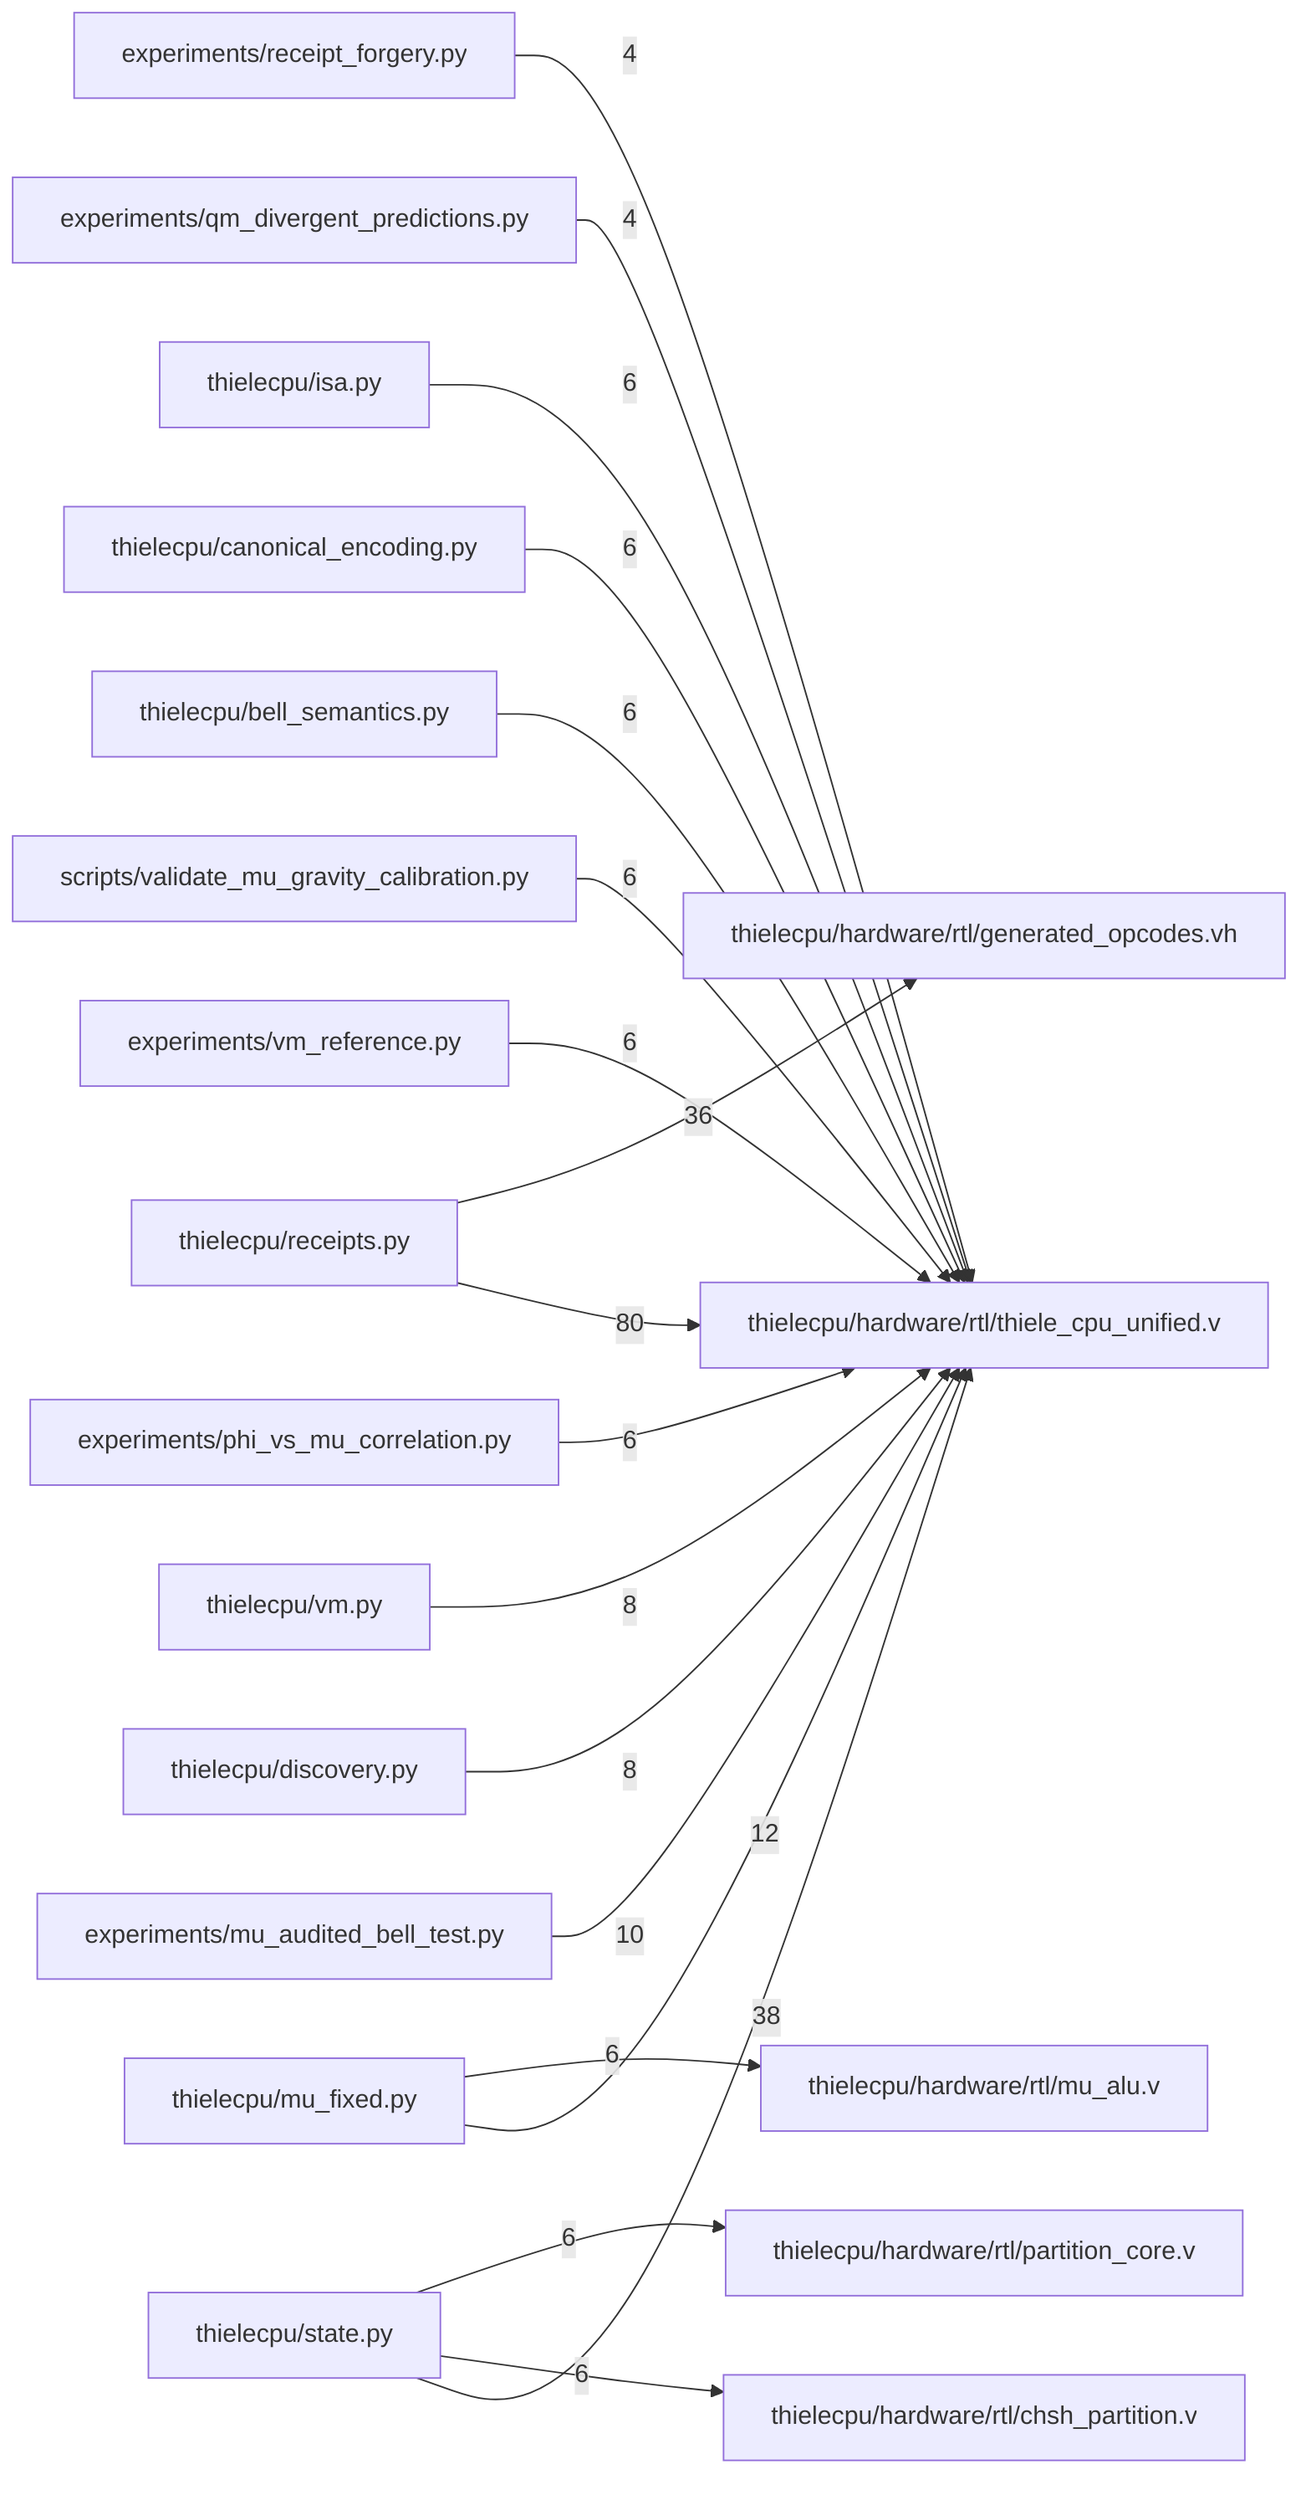
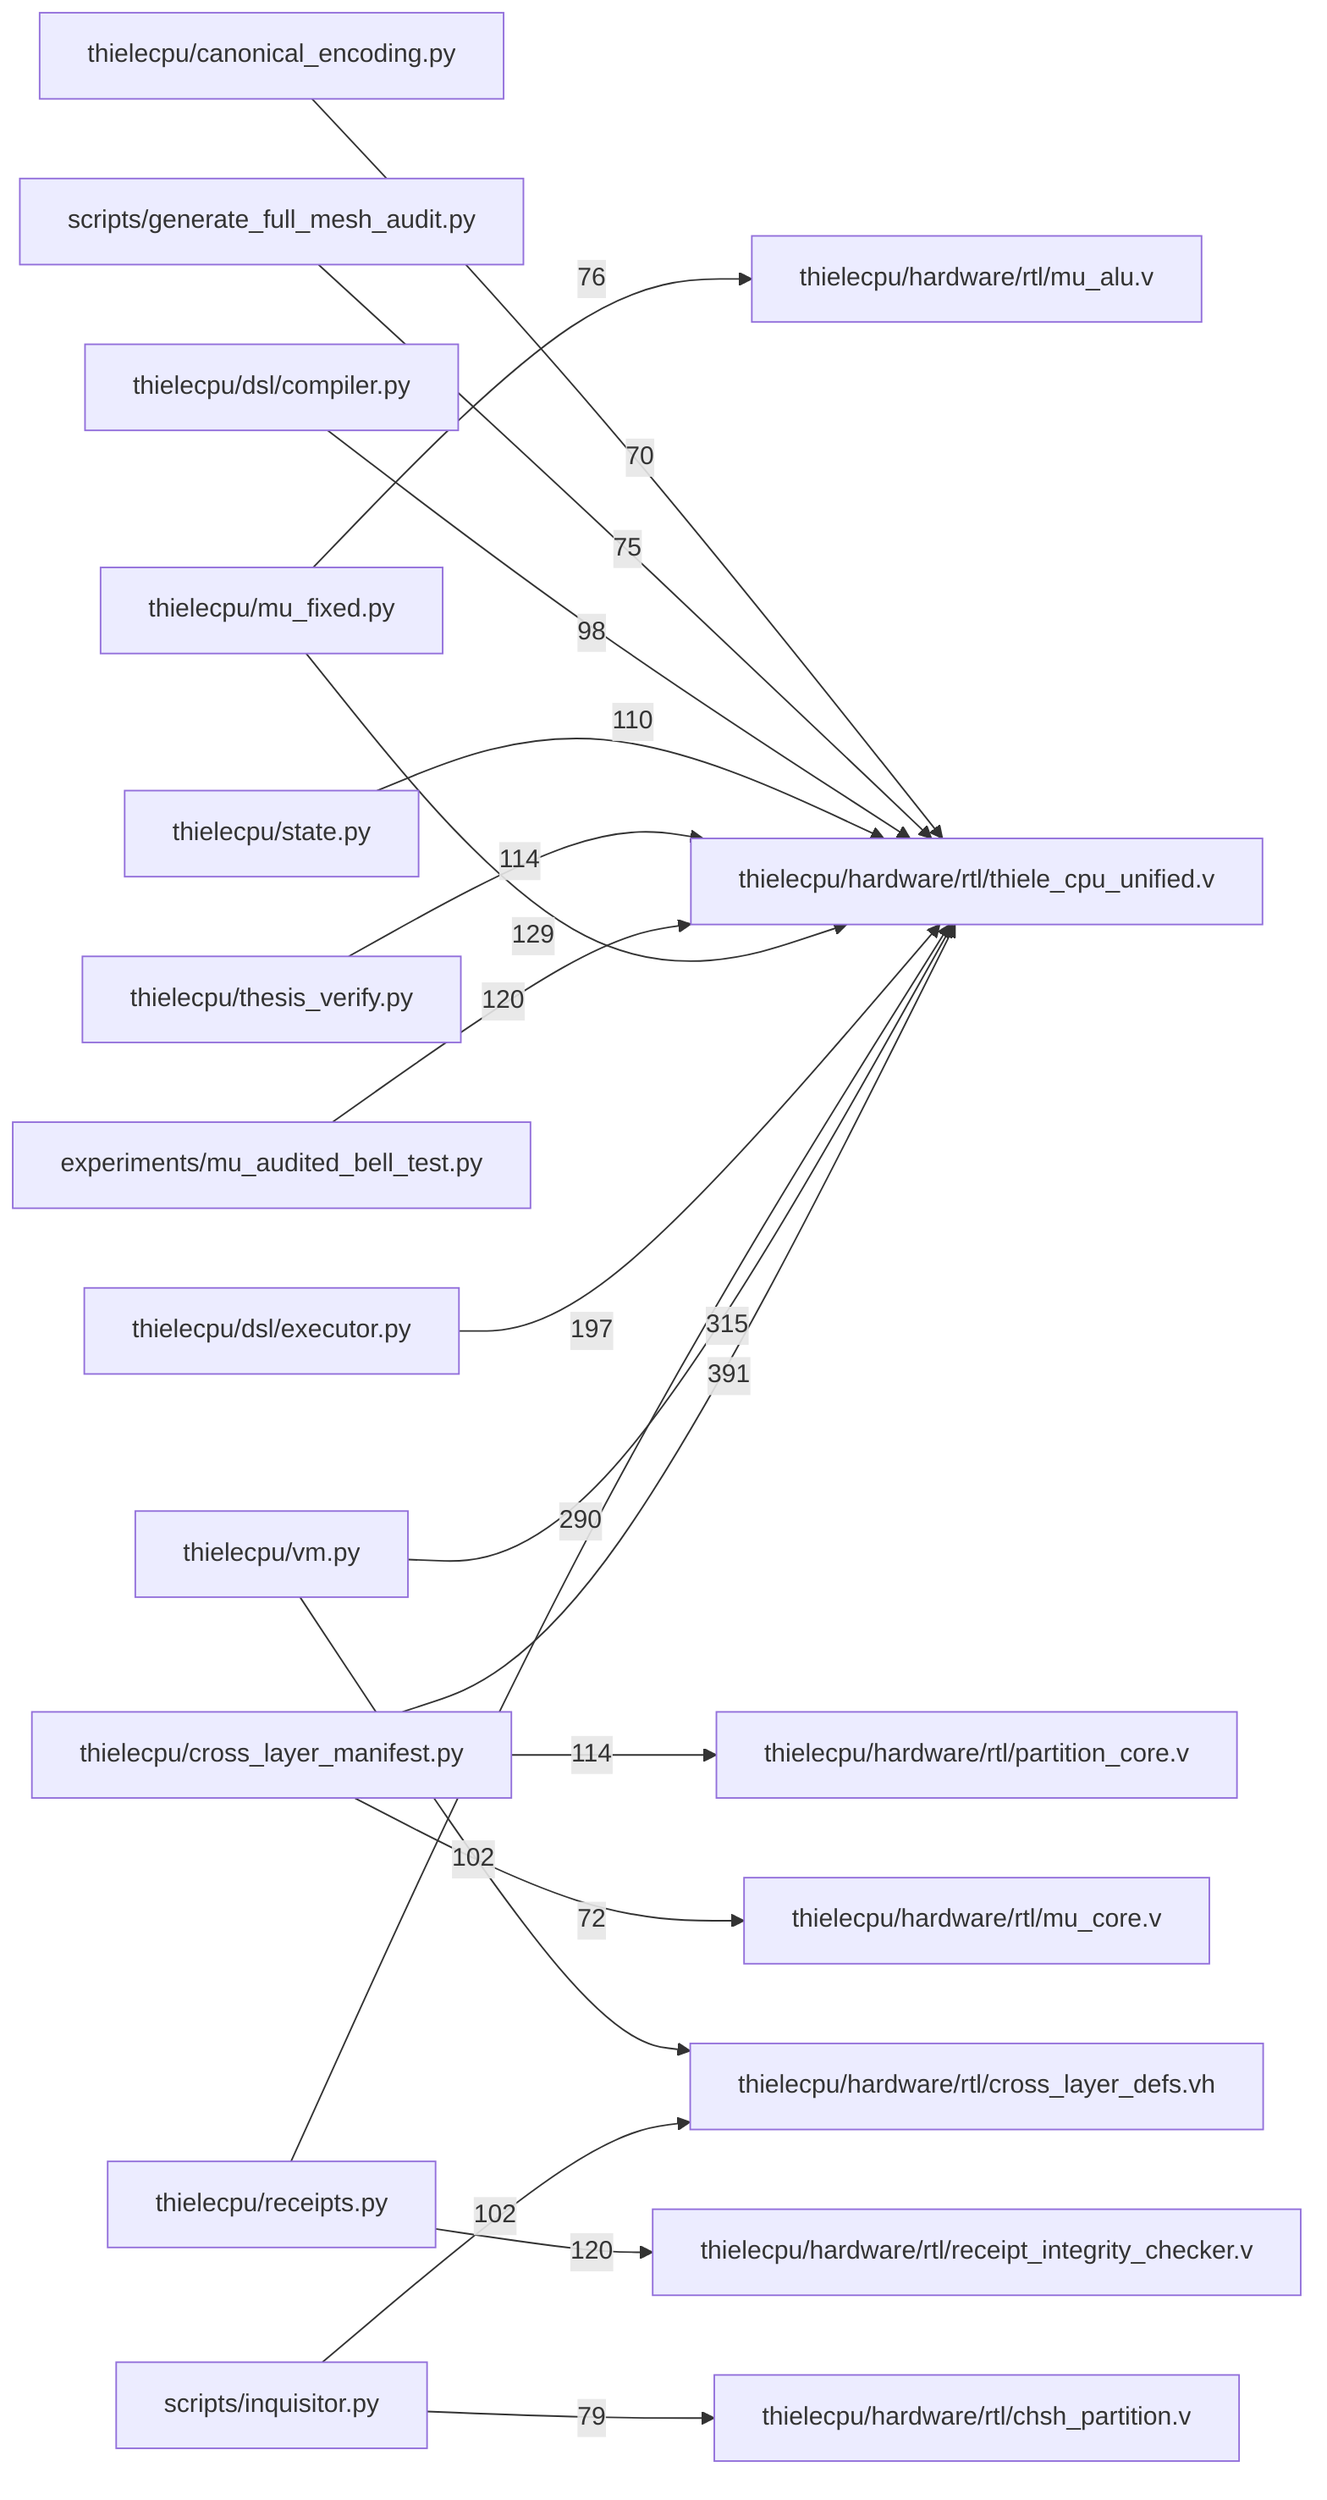
flowchart LR
-   X1["thielecpu/receipts.py"]
+   X1["thielecpu/cross_layer_manifest.py"]
  X2["thielecpu/hardware/rtl/thiele_cpu_unified.v"]
-   X1 -->|80| X2
-   X3["thielecpu/state.py"]
+   X1 -->|391| X2
+   X3["thielecpu/vm.py"]
  X2["thielecpu/hardware/rtl/thiele_cpu_unified.v"]
-   X3 -->|38| X2
-   X1["thielecpu/receipts.py"]
-   X4["thielecpu/hardware/rtl/generated_opcodes.vh"]
-   X1 -->|36| X4
-   X5["thielecpu/mu_fixed.py"]
+   X3 -->|315| X2
+   X4["thielecpu/receipts.py"]
  X2["thielecpu/hardware/rtl/thiele_cpu_unified.v"]
-   X5 -->|12| X2
-   X6["experiments/mu_audited_bell_test.py"]
+   X4 -->|290| X2
+   X5["thielecpu/dsl/executor.py"]
  X2["thielecpu/hardware/rtl/thiele_cpu_unified.v"]
-   X6 -->|10| X2
-   X7["thielecpu/discovery.py"]
+   X5 -->|197| X2
+   X6["thielecpu/mu_fixed.py"]
  X2["thielecpu/hardware/rtl/thiele_cpu_unified.v"]
-   X7 -->|8| X2
-   X8["thielecpu/vm.py"]
+   X6 -->|129| X2
+   X7["experiments/mu_audited_bell_test.py"]
  X2["thielecpu/hardware/rtl/thiele_cpu_unified.v"]
-   X8 -->|8| X2
-   X9["experiments/phi_vs_mu_correlation.py"]
+   X7 -->|120| X2
+   X4["thielecpu/receipts.py"]
+   X8["thielecpu/hardware/rtl/receipt_integrity_checker.v"]
+   X4 -->|120| X8
+   X1["thielecpu/cross_layer_manifest.py"]
+   X9["thielecpu/hardware/rtl/partition_core.v"]
+   X1 -->|114| X9
+   X10["thielecpu/thesis_verify.py"]
  X2["thielecpu/hardware/rtl/thiele_cpu_unified.v"]
-   X9 -->|6| X2
-   X10["experiments/vm_reference.py"]
+   X10 -->|114| X2
+   X11["thielecpu/state.py"]
  X2["thielecpu/hardware/rtl/thiele_cpu_unified.v"]
-   X10 -->|6| X2
-   X11["scripts/validate_mu_gravity_calibration.py"]
+   X11 -->|110| X2
+   X12["scripts/inquisitor.py"]
+   X13["thielecpu/hardware/rtl/cross_layer_defs.vh"]
+   X12 -->|102| X13
+   X3["thielecpu/vm.py"]
+   X13["thielecpu/hardware/rtl/cross_layer_defs.vh"]
+   X3 -->|102| X13
+   X14["thielecpu/dsl/compiler.py"]
  X2["thielecpu/hardware/rtl/thiele_cpu_unified.v"]
-   X11 -->|6| X2
-   X12["thielecpu/bell_semantics.py"]
+   X14 -->|98| X2
+   X12["scripts/inquisitor.py"]
+   X15["thielecpu/hardware/rtl/chsh_partition.v"]
+   X12 -->|79| X15
+   X6["thielecpu/mu_fixed.py"]
+   X16["thielecpu/hardware/rtl/mu_alu.v"]
+   X6 -->|76| X16
+   X17["scripts/generate_full_mesh_audit.py"]
  X2["thielecpu/hardware/rtl/thiele_cpu_unified.v"]
-   X12 -->|6| X2
-   X13["thielecpu/canonical_encoding.py"]
+   X17 -->|75| X2
+   X1["thielecpu/cross_layer_manifest.py"]
+   X18["thielecpu/hardware/rtl/mu_core.v"]
+   X1 -->|72| X18
+   X19["thielecpu/canonical_encoding.py"]
  X2["thielecpu/hardware/rtl/thiele_cpu_unified.v"]
-   X13 -->|6| X2
-   X14["thielecpu/isa.py"]
-   X2["thielecpu/hardware/rtl/thiele_cpu_unified.v"]
-   X14 -->|6| X2
-   X5["thielecpu/mu_fixed.py"]
-   X15["thielecpu/hardware/rtl/mu_alu.v"]
-   X5 -->|6| X15
-   X3["thielecpu/state.py"]
-   X16["thielecpu/hardware/rtl/chsh_partition.v"]
-   X3 -->|6| X16
-   X3["thielecpu/state.py"]
-   X17["thielecpu/hardware/rtl/partition_core.v"]
-   X3 -->|6| X17
-   X18["experiments/qm_divergent_predictions.py"]
-   X2["thielecpu/hardware/rtl/thiele_cpu_unified.v"]
-   X18 -->|4| X2
-   X19["experiments/receipt_forgery.py"]
-   X2["thielecpu/hardware/rtl/thiele_cpu_unified.v"]
-   X19 -->|4| X2
+   X19 -->|70| X2
